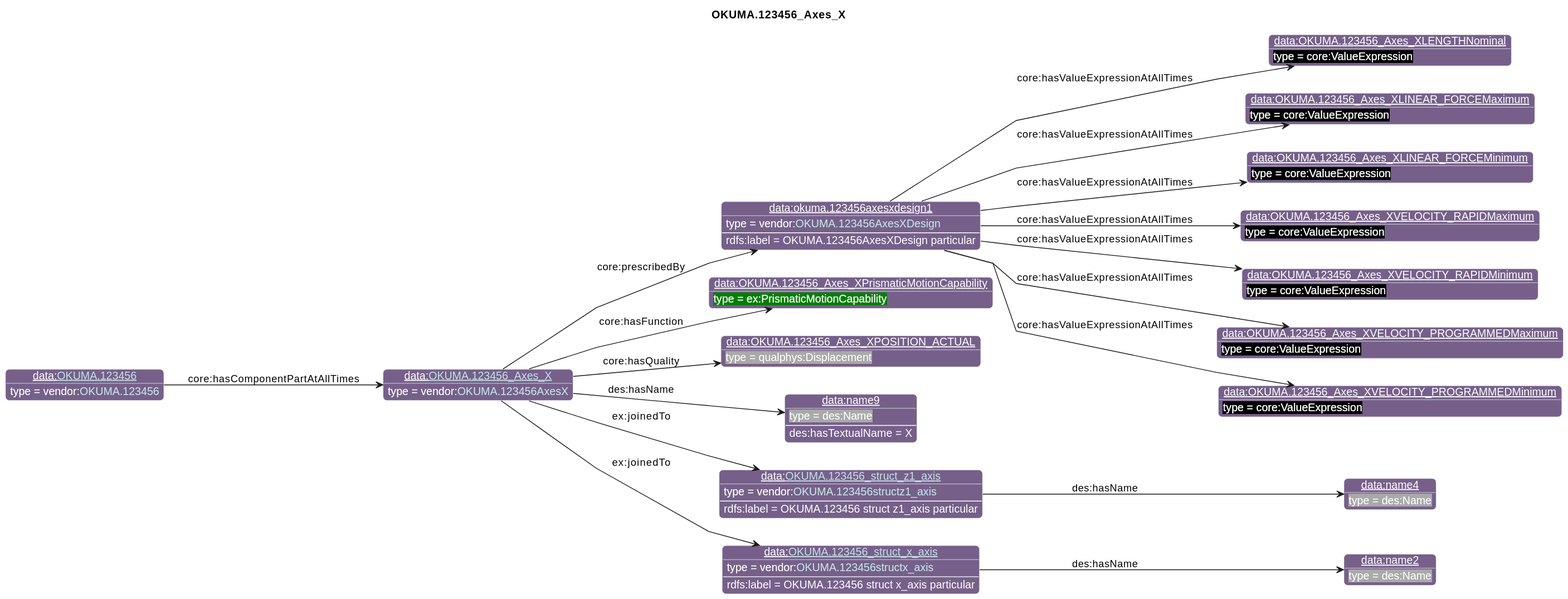
This is diagrams/OKUMA.123456_Axes_X.svg from iofoundry/example-syseng-mtconnect, a PlantUML export, as it was before one commit.
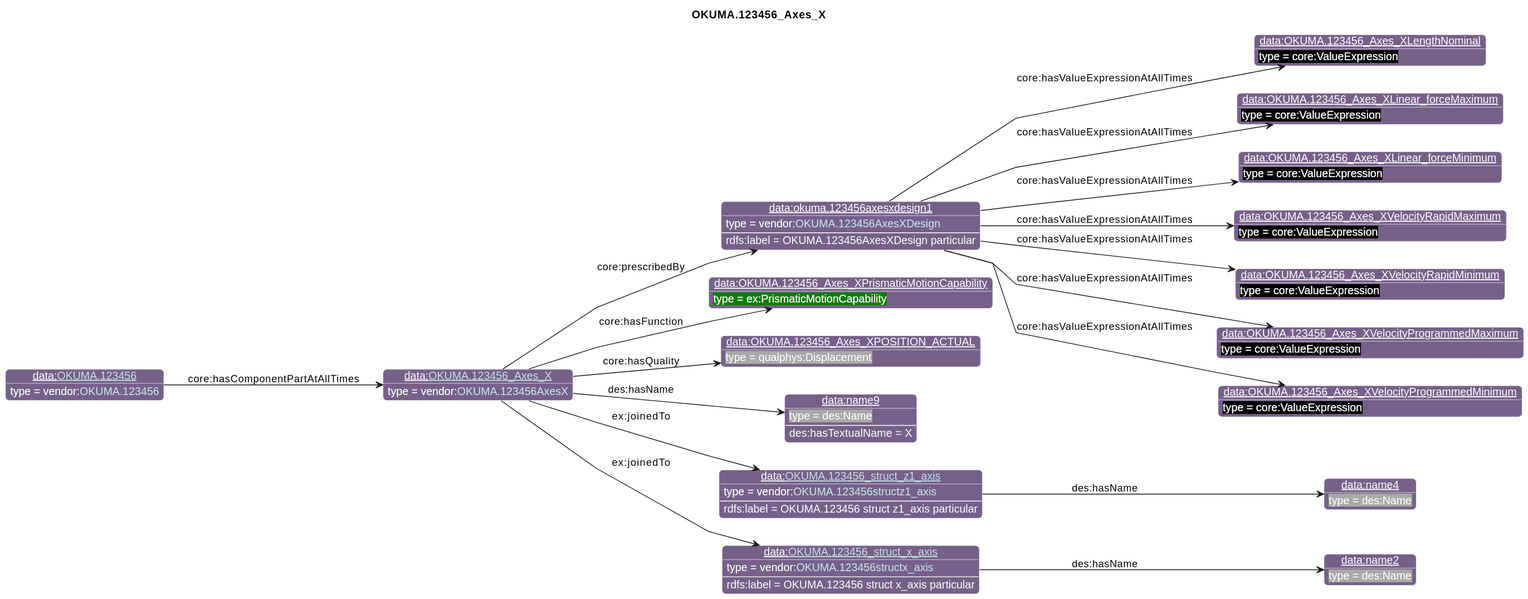
After the commit.

Change to the diagram source:
```diff
@@ -27,13 +27,13 @@
       }
 individual(o0, data:[[./OKUMA.123456_Axes_X.html OKUMA.123456_Axes_X]], vendor:[[../OKUMA.html#OKUMA.123456AxesX OKUMA.123456AxesX]])
 individual(o1, data:okuma.123456axesxdesign1, vendor:[[../OKUMA.html#OKUMA.123456AxesXDesign OKUMA.123456AxesXDesign]])
-individual(o2, data:OKUMA.123456_Axes_XLENGTHNominal, core:ValueExpression)
-individual(o3, data:OKUMA.123456_Axes_XLINEAR_FORCEMaximum, core:ValueExpression)
-individual(o4, data:OKUMA.123456_Axes_XLINEAR_FORCEMinimum, core:ValueExpression)
-individual(o5, data:OKUMA.123456_Axes_XVELOCITY_RAPIDMaximum, core:ValueExpression)
-individual(o6, data:OKUMA.123456_Axes_XVELOCITY_RAPIDMinimum, core:ValueExpression)
-individual(o7, data:OKUMA.123456_Axes_XVELOCITY_PROGRAMMEDMaximum, core:ValueExpression)
-individual(o8, data:OKUMA.123456_Axes_XVELOCITY_PROGRAMMEDMinimum, core:ValueExpression)
+individual(o2, data:OKUMA.123456_Axes_XLengthNominal, core:ValueExpression)
+individual(o3, data:OKUMA.123456_Axes_XLinear_forceMaximum, core:ValueExpression)
+individual(o4, data:OKUMA.123456_Axes_XLinear_forceMinimum, core:ValueExpression)
+individual(o5, data:OKUMA.123456_Axes_XVelocityRapidMaximum, core:ValueExpression)
+individual(o6, data:OKUMA.123456_Axes_XVelocityRapidMinimum, core:ValueExpression)
+individual(o7, data:OKUMA.123456_Axes_XVelocityProgrammedMaximum, core:ValueExpression)
+individual(o8, data:OKUMA.123456_Axes_XVelocityProgrammedMinimum, core:ValueExpression)
 individual(o9, data:OKUMA.123456_Axes_XPrismaticMotionCapability, ex:PrismaticMotionCapability)
 individual(o10, data:OKUMA.123456_Axes_XPOSITION_ACTUAL, qualphys:Displacement)
 individual(o11, data:name9, des:Name)
```
